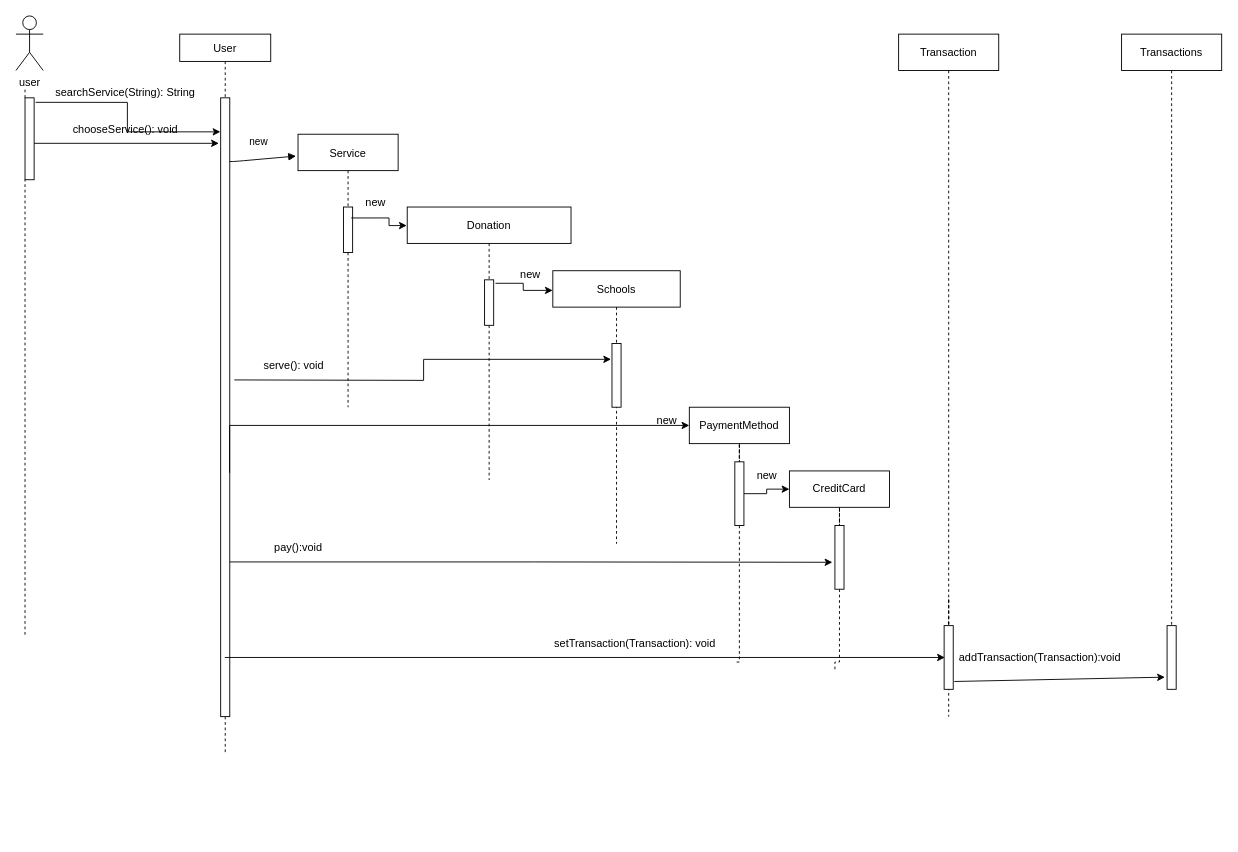
Before: serveDonationSequence.drawio in TheGhost025/Fawry-System, a draw.io diagram. Source tidied: cells renumbered, new cells numbered last; positions are measured from the earlier drawing's top-left corner, leaving out a move shared by most shapes. Both pictures are drawn from the tidied source at 91%, with x=0, y=0 at pixel (15, 15).
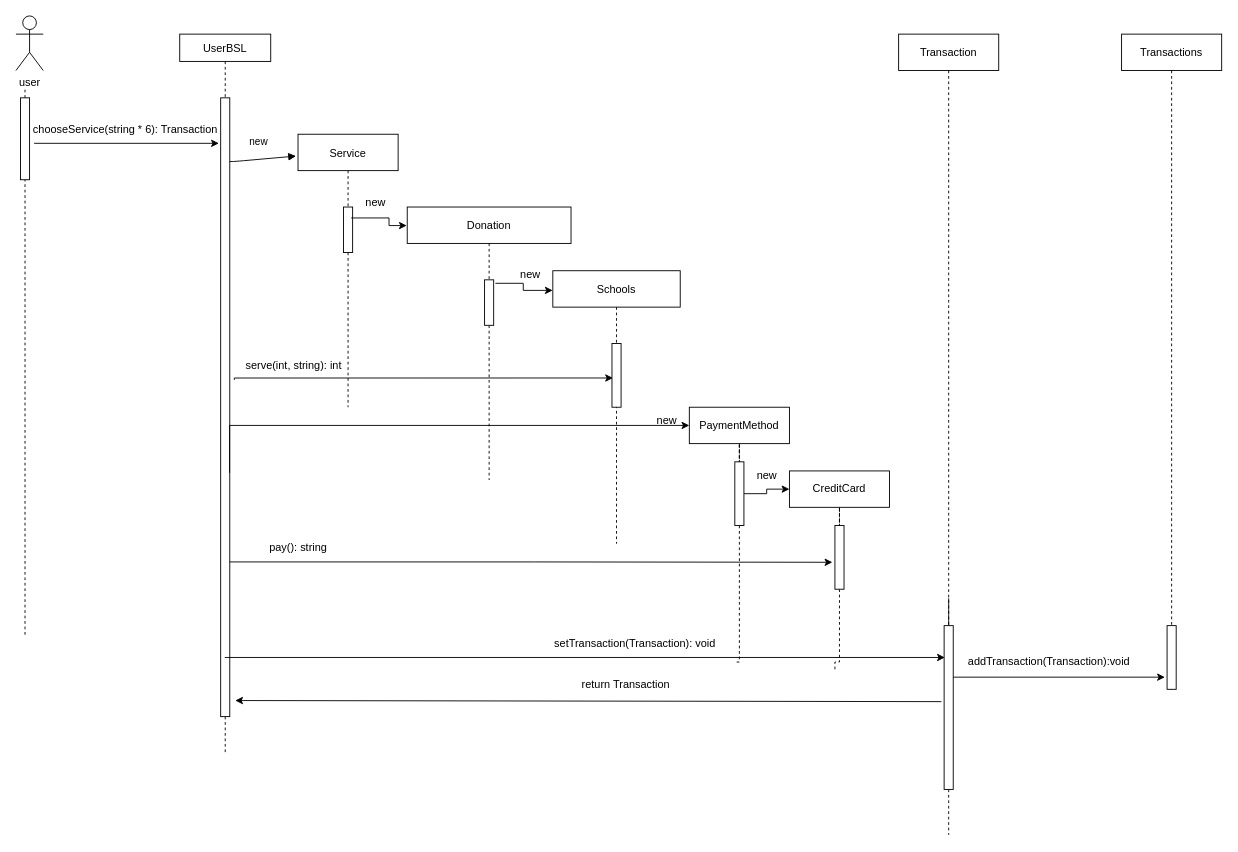
The same page after the edit.

Unchanged cells that the change refers to:
```xml
<mxCell id="3" style="points=[];perimeter=orthogonalPerimeter;rounded=0;shadow=0;strokeWidth=1;" parent="2" vertex="1">
  <mxGeometry x="45" y="70" width="10" height="680" as="geometry" />
</mxCell>
<mxCell id="12" style="points=[];perimeter=orthogonalPerimeter;rounded=0;shadow=0;strokeWidth=1;" parent="11" vertex="1">
  <mxGeometry x="65" y="80" width="10" height="70" as="geometry" />
</mxCell>
<mxCell id="44" style="points=[];perimeter=orthogonalPerimeter;rounded=0;shadow=0;strokeWidth=1;" parent="1" vertex="1">
  <mxGeometry x="1265" y="670" width="10" height="70" as="geometry" />
</mxCell>
```

Change to the diagram source:
```diff
@@
-    <mxCell id="2" value="User" style="shape=umlLifeline;perimeter=lifelinePerimeter;rounded=0;shadow=0;strokeWidth=1;size=30;" parent="1" vertex="1">
+    <mxCell id="2" value="UserBSL" style="shape=umlLifeline;perimeter=lifelinePerimeter;rounded=0;shadow=0;strokeWidth=1;size=30;" parent="1" vertex="1">
       <mxGeometry x="180" y="20" width="100" height="790" as="geometry" />
     </mxCell>
@@
-    <mxCell id="16" value="searchService(String): String" style="text;html=1;align=center;verticalAlign=middle;strokeColor=none;fillColor=none;" parent="1" vertex="1">
-      <mxGeometry x="30" y="70" width="180" height="30" as="geometry" />
-    </mxCell>
@@
-    <mxCell id="19" style="edgeStyle=orthogonalEdgeStyle;rounded=0;jettySize=auto;html=1;entryX=-0.031;entryY=0.055;entryDx=0;entryDy=0;entryPerimeter=0;exitX=1.166;exitY=0.055;exitDx=0;exitDy=0;exitPerimeter=0;" parent="1" edge="1" source="21" target="3">
-      <mxGeometry relative="1" as="geometry" />
-    </mxCell>
-    <mxCell id="20" style="edgeStyle=orthogonalEdgeStyle;rounded=0;jettySize=auto;html=1;entryX=-0.1;entryY=0.248;entryDx=0;entryDy=0;entryPerimeter=0;" parent="1" edge="1" target="12">
+    <mxCell id="20" style="edgeStyle=orthogonalEdgeStyle;rounded=0;jettySize=auto;html=1;entryX=0.111;entryY=0.541;entryDx=0;entryDy=0;entryPerimeter=0;" parent="1" edge="1" target="12">
       <mxGeometry relative="1" as="geometry">
         <mxPoint x="240" y="400" as="sourcePoint" />
+        <Array as="points">
+          <mxPoint x="240" y="398" />
+        </Array>
       </mxGeometry>
     </mxCell>
     <mxCell id="21" style="points=[];perimeter=orthogonalPerimeter;rounded=0;shadow=0;strokeWidth=1;" parent="1" vertex="1">
-      <mxGeometry x="10" y="90" width="10" height="90" as="geometry" />
+      <mxGeometry x="5" y="90" width="10" height="90" as="geometry" />
     </mxCell>
@@
-    <mxCell id="24" value="chooseService(): void" style="text;html=1;align=center;verticalAlign=middle;strokeColor=none;fillColor=none;" parent="1" vertex="1">
-      <mxGeometry x="50" y="110" width="140" height="30" as="geometry" />
+    <mxCell id="24" value="chooseService(string * 6): Transaction" style="text;html=1;align=center;verticalAlign=middle;strokeColor=none;fillColor=none;" parent="1" vertex="1">
+      <mxGeometry x="5" y="110" width="230" height="30" as="geometry" />
     </mxCell>
-    <mxCell id="25" value="serve(): void" style="text;html=1;align=center;verticalAlign=middle;strokeColor=none;fillColor=none;" parent="1" vertex="1">
-      <mxGeometry x="260" y="370" width="90" height="30" as="geometry" />
+    <mxCell id="25" value="serve(int, string): int" style="text;html=1;align=center;verticalAlign=middle;strokeColor=none;fillColor=none;" parent="1" vertex="1">
+      <mxGeometry x="240" y="370" width="130" height="30" as="geometry" />
     </mxCell>
@@
-    <mxCell id="33" value="pay():void" style="text;html=1;align=center;verticalAlign=middle;strokeColor=none;fillColor=none;" parent="1" vertex="1">
-      <mxGeometry x="270" y="570" width="80" height="30" as="geometry" />
+    <mxCell id="33" value="pay(): string" style="text;html=1;align=center;verticalAlign=middle;strokeColor=none;fillColor=none;" parent="1" vertex="1">
+      <mxGeometry x="265" y="570" width="90" height="30" as="geometry" />
     </mxCell>
@@
     <mxCell id="39" style="edgeStyle=orthogonalEdgeStyle;rounded=0;jettySize=auto;html=1;endArrow=none;endFill=0;dashed=1;startArrow=none;exitX=0.5;exitY=1;exitDx=0;exitDy=0;" parent="1" edge="1" source="41">
       <mxGeometry relative="1" as="geometry">
-        <mxPoint x="1025" y="770" as="targetPoint" />
+        <mxPoint x="1025" y="900" as="targetPoint" />
         <Array as="points">
           <mxPoint x="1025" y="640" />
           <mxPoint x="1025" y="640" />
         </Array>
       </mxGeometry>
     </mxCell>
@@
     <mxCell id="41" style="points=[];perimeter=orthogonalPerimeter;rounded=0;shadow=0;strokeWidth=1;" parent="1" vertex="1">
-      <mxGeometry x="1020" y="670" width="10" height="70" as="geometry" />
+      <mxGeometry x="1020" y="670" width="10" height="180" as="geometry" />
     </mxCell>
@@
-    <mxCell id="46" style="endArrow=classic;html=1;entryX=-0.24;entryY=0.809;entryDx=0;entryDy=0;entryPerimeter=0;exitX=1.12;exitY=0.877;exitDx=0;exitDy=0;exitPerimeter=0;" parent="1" edge="1" source="41" target="44">
+    <mxCell id="46" style="endArrow=classic;html=1;entryX=-0.24;entryY=0.809;entryDx=0;entryDy=0;entryPerimeter=0;" parent="1" edge="1" source="41" target="44">
       <mxGeometry relative="1" as="geometry" />
     </mxCell>
     <mxCell id="47" value="addTransaction(Transaction):void" style="text;html=1;align=center;verticalAlign=middle;" parent="1" vertex="1">
-      <mxGeometry x="1030" y="695" width="190" height="20" as="geometry" />
+      <mxGeometry x="1040" y="700" width="190" height="20" as="geometry" />
     </mxCell>
@@
+    <mxCell id="50" style="endArrow=classic;html=1;rounded=0;exitX=-0.3;exitY=0.464;exitDx=0;exitDy=0;exitPerimeter=0;entryX=1.6;entryY=0.974;entryDx=0;entryDy=0;entryPerimeter=0;" parent="1" edge="1" source="41" target="3">
+      <mxGeometry relative="1" as="geometry" />
+    </mxCell>
+    <mxCell id="51" value="return Transaction" style="text;html=1;align=center;verticalAlign=middle;strokeColor=none;fillColor=none;" parent="1" vertex="1">
+      <mxGeometry x="610" y="720" width="120" height="30" as="geometry" />
+    </mxCell>
```
